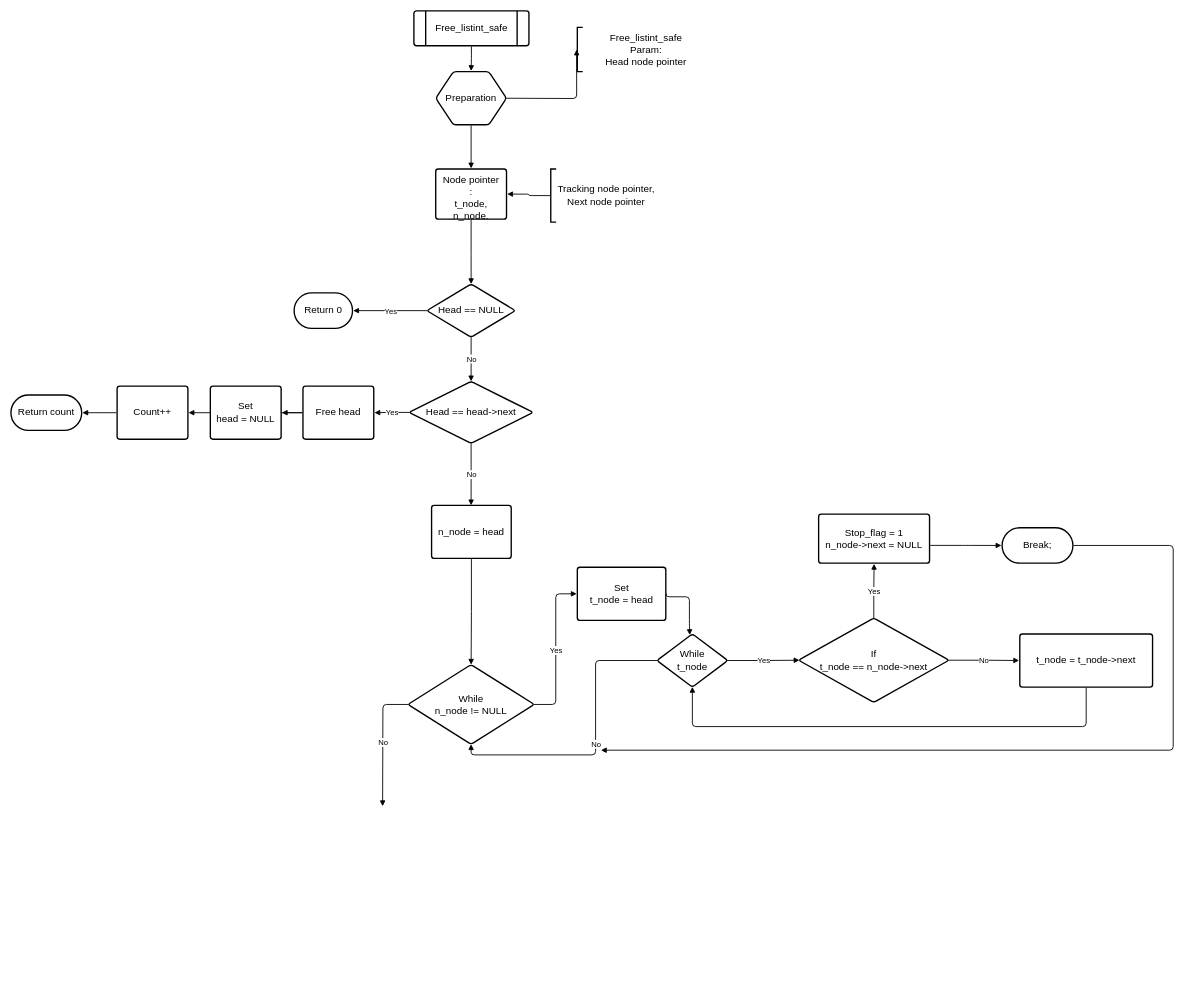
Earlier version of the draw.io diagram 0x13-more_singly_linked_lists/free_listint_safe.drawio (jojothomas1515/alx-low_level_programming). Source tidied: cells renumbered, new cells numbered last; positions are measured from the earlier drawing's top-left corner, leaving out a move shared by most shapes. Both pictures are drawn from the tidied source at 59%, with x=0, y=0 at pixel (11, 11).
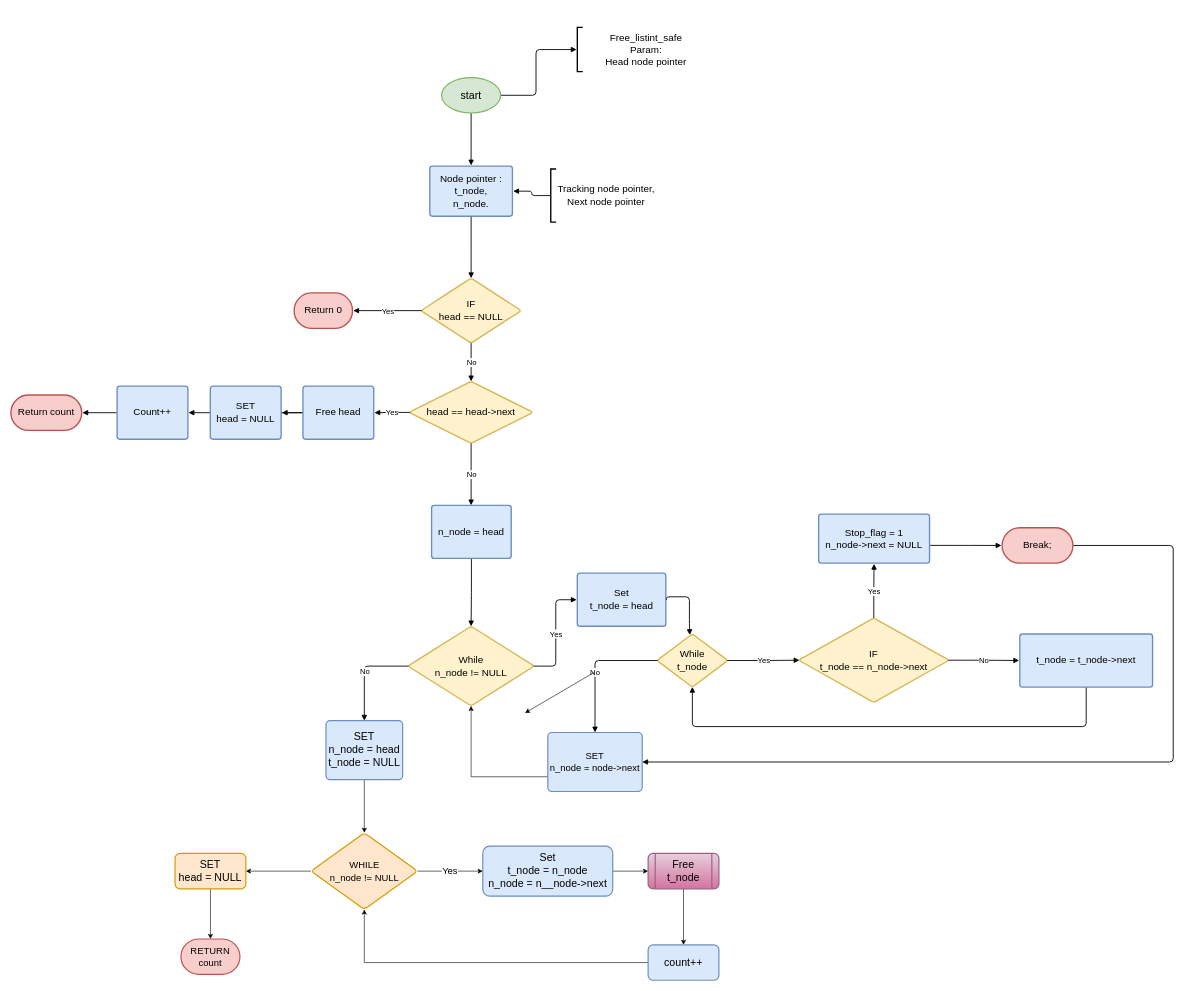
Above is the later version.

The change refers to these unchanged cells:
```xml
<mxCell id="3" value="Free_listint_safe&#10;Param:&#10;       Head node pointer" style="group;spacingLeft=8;align=center;spacing=0;strokeColor=none;whiteSpace=wrap;fontSize=16.7;fontColor=default;fontStyle=0;strokeOpacity=100;rounded=1;absoluteArcSize=1;arcSize=9;strokeWidth=2.3;verticalAlign=middle;html=1;" parent="1" vertex="1">
  <mxGeometry x="960" y="28" width="225" height="75" as="geometry" />
</mxCell>
```

The edit, as a diff of the source:
```diff
@@
-    <mxCell id="2" style="html=1;jettySize=18;whiteSpace=wrap;fontSize=13;strokeOpacity=100;strokeWidth=1.5;rounded=1;arcSize=12;edgeStyle=orthogonalEdgeStyle;startArrow=none;endArrow=block;endFill=1;entryX=-0.005;entryY=0.5;entryPerimeter=0;fontStyle=0;align=center;" parent="1" edge="1" target="3">
+    <mxCell id="2" style="html=1;jettySize=18;whiteSpace=wrap;fontSize=13;strokeOpacity=100;strokeWidth=1.5;rounded=1;arcSize=12;edgeStyle=orthogonalEdgeStyle;startArrow=none;endArrow=block;endFill=1;entryX=-0.005;entryY=0.5;entryPerimeter=0;fontStyle=0;align=center;exitX=1;exitY=0.5;exitDx=0;exitDy=0;exitPerimeter=0;" parent="1" edge="1" source="62" target="3">
       <mxGeometry relative="1" as="geometry">
-        <mxPoint x="839" y="148" as="sourcePoint" />
+        <Array as="points">
+          <mxPoint x="890" y="143" />
+          <mxPoint x="890" y="66" />
+        </Array>
       </mxGeometry>
     </mxCell>
@@
-    <mxCell id="5" style="html=1;jettySize=18;whiteSpace=wrap;fontSize=13;strokeOpacity=100;strokeWidth=1.5;rounded=1;arcSize=12;edgeStyle=orthogonalEdgeStyle;startArrow=none;endArrow=block;endFill=1;exitX=0.5;exitY=1.012;exitPerimeter=0;entryX=0.5;entryY=-0.012;entryPerimeter=0;fontStyle=0;align=center;" parent="1" edge="1" source="27" target="6">
+    <mxCell id="5" style="html=1;jettySize=18;whiteSpace=wrap;fontSize=13;strokeOpacity=100;strokeWidth=1.5;rounded=1;arcSize=12;edgeStyle=orthogonalEdgeStyle;startArrow=none;endArrow=block;endFill=1;exitX=0.5;exitY=1;exitPerimeter=0;entryX=0.5;entryY=-0.012;entryPerimeter=0;fontStyle=0;align=center;exitDx=0;exitDy=0;" parent="1" edge="1" source="62" target="6">
       <mxGeometry relative="1" as="geometry" />
     </mxCell>
-    <mxCell id="6" value="Node pointer :&#10;       t_node,&#10;      n_node." style="html=1;overflow=block;blockSpacing=1;whiteSpace=wrap;fontSize=16.7;fontColor=default;fontStyle=0;spacing=9;strokeOpacity=100;rounded=1;absoluteArcSize=1;arcSize=9;strokeWidth=2.3;align=center;" parent="1" vertex="1">
-      <mxGeometry x="720" y="268" width="120" height="85" as="geometry" />
+    <mxCell id="6" value="Node pointer :&#10;       t_node,&#10;      n_node." style="html=1;overflow=block;blockSpacing=1;whiteSpace=wrap;fontSize=16.7;fontStyle=0;spacing=9;strokeOpacity=100;rounded=1;absoluteArcSize=1;arcSize=9;strokeWidth=2.3;align=center;fillColor=#dae8fc;strokeColor=#6c8ebf;" parent="1" vertex="1">
+      <mxGeometry x="710" y="263" width="140" height="85" as="geometry" />
     </mxCell>
@@
-    <mxCell id="11" value="Head == NULL" style="html=1;overflow=block;blockSpacing=1;whiteSpace=wrap;rhombus;fontSize=16.7;fontColor=default;fontStyle=0;spacing=3.8;strokeOpacity=100;rounded=1;absoluteArcSize=1;arcSize=9;strokeWidth=2.3;align=center;" parent="1" vertex="1">
-      <mxGeometry x="705" y="463" width="150" height="90" as="geometry" />
+    <mxCell id="11" value="IF&lt;br&gt;head == NULL" style="html=1;overflow=block;blockSpacing=1;whiteSpace=wrap;rhombus;fontSize=16.7;fontStyle=0;spacing=3.8;strokeOpacity=100;rounded=1;absoluteArcSize=1;arcSize=9;strokeWidth=2.3;align=center;fillColor=#fff2cc;strokeColor=#d6b656;" parent="1" vertex="1">
+      <mxGeometry x="695" y="453" width="170" height="110" as="geometry" />
     </mxCell>
@@
-    <mxCell id="14" value="Head == head-&amp;gt;next" style="html=1;overflow=block;blockSpacing=1;whiteSpace=wrap;rhombus;fontSize=16.7;fontColor=default;fontStyle=0;spacing=3.8;strokeOpacity=100;rounded=1;absoluteArcSize=1;arcSize=9;strokeWidth=2.3;align=center;" parent="1" vertex="1">
+    <mxCell id="14" value="head == head-&amp;gt;next" style="html=1;overflow=block;blockSpacing=1;whiteSpace=wrap;rhombus;fontSize=16.7;fontStyle=0;spacing=3.8;strokeOpacity=100;rounded=1;absoluteArcSize=1;arcSize=9;strokeWidth=2.3;align=center;fillColor=#fff2cc;strokeColor=#d6b656;" parent="1" vertex="1">
       <mxGeometry x="675" y="628" width="210" height="105" as="geometry" />
     </mxCell>
@@
-    <mxCell id="17" value="Return 0" style="html=1;overflow=block;blockSpacing=1;whiteSpace=wrap;rounded=1;arcSize=50;fontSize=16.7;fontColor=default;fontStyle=0;spacing=3.8;strokeOpacity=100;strokeWidth=2.3;align=center;" parent="1" vertex="1">
+    <mxCell id="17" value="Return 0" style="html=1;overflow=block;blockSpacing=1;whiteSpace=wrap;rounded=1;arcSize=50;fontSize=16.7;fontStyle=0;spacing=3.8;strokeOpacity=100;strokeWidth=2.3;align=center;fillColor=#f8cecc;strokeColor=#b85450;" parent="1" vertex="1">
       <mxGeometry x="480" y="478" width="99" height="60" as="geometry" />
     </mxCell>
@@
-    <mxCell id="22" value="Free head" style="html=1;overflow=block;blockSpacing=1;whiteSpace=wrap;fontSize=16.7;fontColor=default;fontStyle=0;spacing=9;strokeOpacity=100;rounded=1;absoluteArcSize=1;arcSize=9;strokeWidth=2.3;align=center;" parent="1" vertex="1">
+    <mxCell id="22" value="Free head" style="html=1;overflow=block;blockSpacing=1;whiteSpace=wrap;fontSize=16.7;fontStyle=0;spacing=9;strokeOpacity=100;rounded=1;absoluteArcSize=1;arcSize=9;strokeWidth=2.3;align=center;fillColor=#dae8fc;strokeColor=#6c8ebf;" parent="1" vertex="1">
       <mxGeometry x="495" y="636" width="120" height="90" as="geometry" />
     </mxCell>
@@
-    <mxCell id="24" value="Count++" style="html=1;overflow=block;blockSpacing=1;whiteSpace=wrap;fontSize=16.7;fontColor=default;fontStyle=0;spacing=9;strokeOpacity=100;rounded=1;absoluteArcSize=1;arcSize=9;strokeWidth=2.3;align=center;" parent="1" vertex="1">
+    <mxCell id="24" value="Count++" style="html=1;overflow=block;blockSpacing=1;whiteSpace=wrap;fontSize=16.7;fontStyle=0;spacing=9;strokeOpacity=100;rounded=1;absoluteArcSize=1;arcSize=9;strokeWidth=2.3;align=center;fillColor=#dae8fc;strokeColor=#6c8ebf;" parent="1" vertex="1">
       <mxGeometry x="180" y="636" width="120" height="90" as="geometry" />
     </mxCell>
@@
-    <mxCell id="26" value="Return count " style="html=1;overflow=block;blockSpacing=1;whiteSpace=wrap;rounded=1;arcSize=50;fontSize=16.7;fontColor=default;fontStyle=0;spacing=3.8;strokeOpacity=100;strokeWidth=2.3;align=center;" parent="1" vertex="1">
+    <mxCell id="26" value="Return count " style="html=1;overflow=block;blockSpacing=1;whiteSpace=wrap;rounded=1;arcSize=50;fontSize=16.7;fontStyle=0;spacing=3.8;strokeOpacity=100;strokeWidth=2.3;align=center;fillColor=#f8cecc;strokeColor=#b85450;" parent="1" vertex="1">
       <mxGeometry y="651" width="120" height="60" as="geometry" />
     </mxCell>
-    <mxCell id="27" value="Preparation" style="html=1;overflow=block;blockSpacing=1;whiteSpace=wrap;shape=hexagon;perimeter=hexagonPerimeter2;fontSize=16.7;fontColor=default;fontStyle=0;spacing=3.8;strokeOpacity=100;rounded=1;absoluteArcSize=1;arcSize=9;strokeWidth=2.3;align=center;" parent="1" vertex="1">
-      <mxGeometry x="720" y="103" width="120" height="90" as="geometry" />
-    </mxCell>
-    <mxCell id="28" value="Free_listint_safe" style="html=1;overflow=block;blockSpacing=1;whiteSpace=wrap;shape=process;fontSize=16.7;fontColor=default;fontStyle=0;spacing=3.8;strokeOpacity=100;rounded=1;absoluteArcSize=1;arcSize=9;strokeWidth=2.3;align=center;" parent="1" vertex="1">
-      <mxGeometry x="683" width="195" height="59" as="geometry" />
-    </mxCell>
-    <mxCell id="29" style="html=1;jettySize=18;whiteSpace=wrap;fontSize=13;strokeOpacity=100;strokeWidth=1.5;rounded=1;arcSize=12;edgeStyle=orthogonalEdgeStyle;startArrow=none;endArrow=block;endFill=1;exitX=0.5;exitY=1.019;exitPerimeter=0;entryX=0.5;entryY=-0.012;entryPerimeter=0;fontStyle=0;align=center;" parent="1" edge="1" source="28" target="27">
-      <mxGeometry relative="1" as="geometry" />
-    </mxCell>
@@
-    <mxCell id="31" value="Set&#10;head = NULL" style="html=1;overflow=block;blockSpacing=1;whiteSpace=wrap;fontSize=16.7;fontColor=default;fontStyle=0;spacing=9;strokeOpacity=100;rounded=1;absoluteArcSize=1;arcSize=9;strokeWidth=2.3;align=center;" parent="1" vertex="1">
+    <mxCell id="31" value="SET&lt;br&gt;head = NULL" style="html=1;overflow=block;blockSpacing=1;whiteSpace=wrap;fontSize=16.7;fontStyle=0;spacing=9;strokeOpacity=100;rounded=1;absoluteArcSize=1;arcSize=9;strokeWidth=2.3;align=center;fillColor=#dae8fc;strokeColor=#6c8ebf;" parent="1" vertex="1">
       <mxGeometry x="338" y="636" width="120" height="90" as="geometry" />
     </mxCell>
-    <mxCell id="32" value="n_node = head" style="html=1;overflow=block;blockSpacing=1;whiteSpace=wrap;fontSize=16.7;fontColor=default;fontStyle=0;spacing=9;strokeOpacity=100;rounded=1;absoluteArcSize=1;arcSize=9;strokeWidth=2.3;align=center;" parent="1" vertex="1">
+    <mxCell id="32" value="n_node = head" style="html=1;overflow=block;blockSpacing=1;whiteSpace=wrap;fontSize=16.7;fontStyle=0;spacing=9;strokeOpacity=100;rounded=1;absoluteArcSize=1;arcSize=9;strokeWidth=2.3;align=center;fillColor=#dae8fc;strokeColor=#6c8ebf;" parent="1" vertex="1">
       <mxGeometry x="713" y="838" width="135" height="90" as="geometry" />
     </mxCell>
@@
-    <mxCell id="34" value="While &#10;n_node !=  NULL" style="html=1;overflow=block;blockSpacing=1;whiteSpace=wrap;rhombus;fontSize=16.7;fontColor=default;fontStyle=0;spacing=3.8;strokeOpacity=100;rounded=1;absoluteArcSize=1;arcSize=9;strokeWidth=2.3;align=center;" parent="1" vertex="1">
-      <mxGeometry x="673" y="1108" width="214" height="135" as="geometry" />
+    <mxCell id="34" value="While &#10;n_node !=  NULL" style="html=1;overflow=block;blockSpacing=1;whiteSpace=wrap;rhombus;fontSize=16.7;fontStyle=0;spacing=3.8;strokeOpacity=100;rounded=1;absoluteArcSize=1;arcSize=9;strokeWidth=2.3;align=center;fillColor=#fff2cc;strokeColor=#d6b656;" parent="1" vertex="1">
+      <mxGeometry x="673" y="1043" width="214" height="135" as="geometry" />
     </mxCell>
@@
-    <mxCell id="37" value="Set&#10;t_node = head" style="html=1;overflow=block;blockSpacing=1;whiteSpace=wrap;fontSize=16.7;fontColor=default;fontStyle=0;spacing=9;strokeOpacity=100;rounded=1;absoluteArcSize=1;arcSize=9;strokeWidth=2.3;align=center;" parent="1" vertex="1">
-      <mxGeometry x="960" y="943" width="150" height="90" as="geometry" />
+    <mxCell id="37" value="Set&#10;t_node = head" style="html=1;overflow=block;blockSpacing=1;whiteSpace=wrap;fontSize=16.7;fontStyle=0;spacing=9;strokeOpacity=100;rounded=1;absoluteArcSize=1;arcSize=9;strokeWidth=2.3;align=center;fillColor=#dae8fc;strokeColor=#6c8ebf;" parent="1" vertex="1">
+      <mxGeometry x="960" y="953" width="150" height="90" as="geometry" />
     </mxCell>
@@
-    <mxCell id="39" value="While&#10;t_node" style="html=1;overflow=block;blockSpacing=1;whiteSpace=wrap;rhombus;fontSize=16.7;fontColor=default;fontStyle=0;spacing=3.8;strokeOpacity=100;rounded=1;absoluteArcSize=1;arcSize=9;strokeWidth=2.3;align=center;" parent="1" vertex="1">
+    <mxCell id="39" value="While&#10;t_node" style="html=1;overflow=block;blockSpacing=1;whiteSpace=wrap;rhombus;fontSize=16.7;fontStyle=0;spacing=3.8;strokeOpacity=100;rounded=1;absoluteArcSize=1;arcSize=9;strokeWidth=2.3;align=center;fillColor=#fff2cc;strokeColor=#d6b656;" parent="1" vertex="1">
       <mxGeometry x="1095" y="1056" width="120" height="90" as="geometry" />
     </mxCell>
-    <mxCell id="40" style="html=1;jettySize=18;whiteSpace=wrap;fontSize=13;fontColor=default;fontStyle=0;strokeOpacity=100;strokeWidth=1.5;rounded=1;arcSize=12;edgeStyle=orthogonalEdgeStyle;startArrow=none;endArrow=block;endFill=1;exitX=0.009;exitY=0.5;exitPerimeter=0;entryX=0.5;entryY=0.999;entryPerimeter=0;align=center;" parent="1" edge="1" source="39" target="34">
+    <mxCell id="40" style="html=1;jettySize=18;whiteSpace=wrap;fontSize=13;fontColor=default;fontStyle=0;strokeOpacity=100;strokeWidth=1.5;rounded=1;arcSize=12;edgeStyle=orthogonalEdgeStyle;startArrow=none;endArrow=block;endFill=1;exitX=0.009;exitY=0.5;exitPerimeter=0;align=center;" parent="1" edge="1" source="39" target="59">
       <mxGeometry relative="1" as="geometry" />
     </mxCell>
     <mxCell id="41" value="No" style="text;html=1;labelBackgroundColor=default;align=center;verticalAlign=middle;fontStyle=0;fontColor=default;fontSize=13;" parent="40" vertex="1">
-      <mxGeometry relative="1" as="geometry" />
+      <mxGeometry relative="1" as="geometry">
+        <mxPoint x="-1" y="12" as="offset" />
+      </mxGeometry>
     </mxCell>
+    <mxCell id="57" style="edgeStyle=orthogonalEdgeStyle;rounded=0;jettySize=auto;html=1;exitX=0;exitY=0;exitDx=0;exitDy=0;" parent="40" edge="1" source="41">
+      <mxGeometry relative="1" as="geometry">
+        <mxPoint x="871.3" y="1190" as="targetPoint" />
+      </mxGeometry>
+    </mxCell>
@@
-    <mxCell id="44" value="If&#10;t_node == n_node-&amp;gt;next" style="html=1;overflow=block;blockSpacing=1;whiteSpace=wrap;rhombus;fontSize=16.7;fontColor=default;fontStyle=0;spacing=3.8;strokeOpacity=100;rounded=1;absoluteArcSize=1;arcSize=9;strokeWidth=2.3;align=center;" parent="1" vertex="1">
+    <mxCell id="44" value="IF&lt;br&gt;t_node == n_node-&amp;gt;next" style="html=1;overflow=block;blockSpacing=1;whiteSpace=wrap;rhombus;fontSize=16.7;fontStyle=0;spacing=3.8;strokeOpacity=100;rounded=1;absoluteArcSize=1;arcSize=9;strokeWidth=2.3;align=center;fillColor=#fff2cc;strokeColor=#d6b656;" parent="1" vertex="1">
       <mxGeometry x="1335" y="1029" width="255" height="143" as="geometry" />
     </mxCell>
@@
-    <mxCell id="47" value="Stop_flag = 1&#10;n_node-&amp;gt;next = NULL " style="html=1;overflow=block;blockSpacing=1;whiteSpace=wrap;fontSize=16.7;fontColor=default;fontStyle=0;spacing=9;strokeOpacity=100;rounded=1;absoluteArcSize=1;arcSize=9;strokeWidth=2.3;align=center;" parent="1" vertex="1">
+    <mxCell id="47" value="Stop_flag = 1&#10;n_node-&amp;gt;next = NULL " style="html=1;overflow=block;blockSpacing=1;whiteSpace=wrap;fontSize=16.7;fontStyle=0;spacing=9;strokeOpacity=100;rounded=1;absoluteArcSize=1;arcSize=9;strokeWidth=2.3;align=center;fillColor=#dae8fc;strokeColor=#6c8ebf;" parent="1" vertex="1">
       <mxGeometry x="1369" y="853" width="188" height="83" as="geometry" />
     </mxCell>
@@
-    <mxCell id="49" value="Break;" style="html=1;overflow=block;blockSpacing=1;whiteSpace=wrap;rounded=1;arcSize=50;fontSize=16.7;fontColor=default;fontStyle=0;spacing=3.8;strokeOpacity=100;strokeWidth=2.3;align=center;" parent="1" vertex="1">
+    <mxCell id="49" value="Break;" style="html=1;overflow=block;blockSpacing=1;whiteSpace=wrap;rounded=1;arcSize=50;fontSize=16.7;fontStyle=0;spacing=3.8;strokeOpacity=100;strokeWidth=2.3;align=center;fillColor=#f8cecc;strokeColor=#b85450;" parent="1" vertex="1">
       <mxGeometry x="1680" y="876" width="120" height="60" as="geometry" />
     </mxCell>
-    <mxCell id="50" style="html=1;jettySize=18;whiteSpace=wrap;fontSize=13;strokeOpacity=100;strokeWidth=1.5;rounded=1;arcSize=12;edgeStyle=orthogonalEdgeStyle;startArrow=none;endArrow=block;endFill=1;exitX=1.009;exitY=0.5;exitPerimeter=0;fontStyle=0;align=center;" parent="1" edge="1" source="49">
+    <mxCell id="50" style="html=1;jettySize=18;whiteSpace=wrap;fontSize=13;strokeOpacity=100;strokeWidth=1.5;rounded=1;arcSize=12;edgeStyle=orthogonalEdgeStyle;startArrow=none;endArrow=block;endFill=1;exitX=1.009;exitY=0.5;exitPerimeter=0;fontStyle=0;align=center;entryX=1;entryY=0.5;entryDx=0;entryDy=0;" parent="1" edge="1" source="49" target="59">
       <mxGeometry relative="1" as="geometry">
-        <mxPoint x="1000" y="1253" as="targetPoint" />
         <Array as="points">
           <mxPoint x="1970" y="906" />
-          <mxPoint x="1970" y="1253" />
+          <mxPoint x="1970" y="1273" />
         </Array>
       </mxGeometry>
     </mxCell>
@@
-    <mxCell id="53" value="t_node = t_node-&amp;gt;next" style="html=1;overflow=block;blockSpacing=1;whiteSpace=wrap;fontSize=16.7;fontColor=default;fontStyle=0;spacing=9;strokeOpacity=100;rounded=1;absoluteArcSize=1;arcSize=9;strokeWidth=2.3;align=center;" parent="1" vertex="1">
+    <mxCell id="53" value="t_node = t_node-&amp;gt;next" style="html=1;overflow=block;blockSpacing=1;whiteSpace=wrap;fontSize=16.7;fontStyle=0;spacing=9;strokeOpacity=100;rounded=1;absoluteArcSize=1;arcSize=9;strokeWidth=2.3;align=center;fillColor=#dae8fc;strokeColor=#6c8ebf;" parent="1" vertex="1">
       <mxGeometry x="1710" y="1056" width="225" height="90" as="geometry" />
     </mxCell>
@@
-    <mxCell id="55" style="html=1;jettySize=18;whiteSpace=wrap;fontSize=13;fontColor=default;fontStyle=0;strokeOpacity=100;strokeWidth=1.5;rounded=1;arcSize=12;edgeStyle=orthogonalEdgeStyle;startArrow=none;endArrow=block;endFill=1;exitX=0.006;exitY=0.5;exitPerimeter=0;align=center;" parent="1" edge="1" source="34">
-      <mxGeometry relative="1" as="geometry">
-        <mxPoint x="630" y="1348" as="targetPoint" />
-      </mxGeometry>
+    <mxCell id="55" style="html=1;jettySize=18;whiteSpace=wrap;fontSize=13;fontColor=default;fontStyle=0;strokeOpacity=100;strokeWidth=1.5;rounded=1;arcSize=12;edgeStyle=orthogonalEdgeStyle;startArrow=none;endArrow=block;endFill=1;exitX=0.006;exitY=0.5;exitPerimeter=0;align=center;" parent="1" edge="1" source="34" target="61">
+      <mxGeometry relative="1" as="geometry" />
     </mxCell>
@@
+    <mxCell id="58" style="edgeStyle=orthogonalEdgeStyle;rounded=0;jettySize=auto;html=1;exitX=0;exitY=0.75;exitDx=0;exitDy=0;entryX=0.5;entryY=1;entryDx=0;entryDy=0;fontSize=18;" parent="1" edge="1" source="59" target="34">
+      <mxGeometry relative="1" as="geometry" />
+    </mxCell>
+    <mxCell id="59" value="&lt;font size=&quot;3&quot;&gt;SET&lt;br&gt;n_node = node-&amp;gt;next&lt;/font&gt;" style="rounded=1;whiteSpace=wrap;html=1;absoluteArcSize=1;arcSize=14;strokeWidth=2;fillColor=#dae8fc;strokeColor=#6c8ebf;" parent="1" vertex="1">
+      <mxGeometry x="910" y="1223" width="160" height="100" as="geometry" />
+    </mxCell>
+    <mxCell id="60" style="edgeStyle=orthogonalEdgeStyle;rounded=0;jettySize=auto;html=1;fontSize=18;" parent="1" edge="1" source="61" target="65">
+      <mxGeometry relative="1" as="geometry" />
+    </mxCell>
+    <mxCell id="61" value="SET&lt;br&gt;n_node = head&lt;br&gt;t_node = NULL" style="rounded=1;whiteSpace=wrap;html=1;absoluteArcSize=1;arcSize=14;strokeWidth=2;fontSize=18;fillColor=#dae8fc;strokeColor=#6c8ebf;" parent="1" vertex="1">
+      <mxGeometry x="534" y="1203" width="130" height="100" as="geometry" />
+    </mxCell>
+    <mxCell id="62" value="start" style="strokeWidth=2;html=1;shape=mxgraph.flowchart.start_1;whiteSpace=wrap;fontSize=18;fillColor=#d5e8d4;strokeColor=#82b366;" parent="1" vertex="1">
+      <mxGeometry x="730" y="113" width="100" height="60" as="geometry" />
+    </mxCell>
+    <mxCell id="63" value="Yes" style="edgeStyle=orthogonalEdgeStyle;rounded=0;jettySize=auto;html=1;fontSize=16;" parent="1" edge="1" source="65" target="67">
+      <mxGeometry relative="1" as="geometry" />
+    </mxCell>
+    <mxCell id="64" style="edgeStyle=orthogonalEdgeStyle;rounded=0;jettySize=auto;html=1;fontSize=16;" parent="1" edge="1" source="65" target="73">
+      <mxGeometry relative="1" as="geometry" />
+    </mxCell>
+    <mxCell id="65" value="&lt;font style=&quot;font-size: 16px;&quot;&gt;WHILE&lt;br&gt;n_node != NULL&lt;/font&gt;" style="rhombus;whiteSpace=wrap;html=1;fontSize=18;fillColor=#ffe6cc;strokeColor=#d79b00;rounded=1;arcSize=14;strokeWidth=2;" parent="1" vertex="1">
+      <mxGeometry x="508.6" y="1393" width="180.8" height="130" as="geometry" />
+    </mxCell>
+    <mxCell id="66" style="edgeStyle=orthogonalEdgeStyle;rounded=0;jettySize=auto;html=1;fontSize=16;" parent="1" edge="1" source="67" target="69">
+      <mxGeometry relative="1" as="geometry" />
+    </mxCell>
+    <mxCell id="67" value="Set&lt;br&gt;t_node = n_node&lt;br&gt;n_node = n__node-&amp;gt;next" style="whiteSpace=wrap;html=1;fontSize=18;fillColor=#dae8fc;strokeColor=#6c8ebf;rounded=1;arcSize=14;strokeWidth=2;" parent="1" vertex="1">
+      <mxGeometry x="799.8" y="1415.5" width="220.2" height="85" as="geometry" />
+    </mxCell>
+    <mxCell id="68" style="edgeStyle=orthogonalEdgeStyle;rounded=0;jettySize=auto;html=1;fontSize=16;" parent="1" edge="1" source="69" target="71">
+      <mxGeometry relative="1" as="geometry" />
+    </mxCell>
+    <mxCell id="69" value="Free t_node" style="shape=process;whiteSpace=wrap;html=1;backgroundOutline=1;fontSize=18;fillColor=#e6d0de;strokeColor=#996185;rounded=1;arcSize=14;strokeWidth=2;gradientColor=#d5739d;" parent="1" vertex="1">
+      <mxGeometry x="1080" y="1428" width="120" height="60" as="geometry" />
+    </mxCell>
+    <mxCell id="70" style="edgeStyle=orthogonalEdgeStyle;rounded=0;jettySize=auto;html=1;entryX=0.5;entryY=1;entryDx=0;entryDy=0;fontSize=16;" parent="1" edge="1" source="71" target="65">
+      <mxGeometry relative="1" as="geometry" />
+    </mxCell>
+    <mxCell id="71" value="count++" style="rounded=1;whiteSpace=wrap;html=1;fontSize=18;fillColor=#dae8fc;strokeColor=#6c8ebf;arcSize=14;strokeWidth=2;" parent="1" vertex="1">
+      <mxGeometry x="1080" y="1583" width="120" height="60" as="geometry" />
+    </mxCell>
+    <mxCell id="72" style="edgeStyle=orthogonalEdgeStyle;rounded=0;jettySize=auto;html=1;fontSize=16;" parent="1" edge="1" source="73" target="74">
+      <mxGeometry relative="1" as="geometry" />
+    </mxCell>
+    <mxCell id="73" value="SET&lt;br&gt;head = NULL" style="whiteSpace=wrap;html=1;fontSize=18;fillColor=#ffe6cc;strokeColor=#d79b00;rounded=1;arcSize=14;strokeWidth=2;" parent="1" vertex="1">
+      <mxGeometry x="278.2" y="1428" width="120" height="60" as="geometry" />
+    </mxCell>
+    <mxCell id="74" value="RETURN count" style="strokeWidth=2;html=1;shape=mxgraph.flowchart.terminator;whiteSpace=wrap;fontSize=16;fillColor=#f8cecc;strokeColor=#b85450;" parent="1" vertex="1">
+      <mxGeometry x="288.2" y="1573" width="100" height="60" as="geometry" />
+    </mxCell>
```
